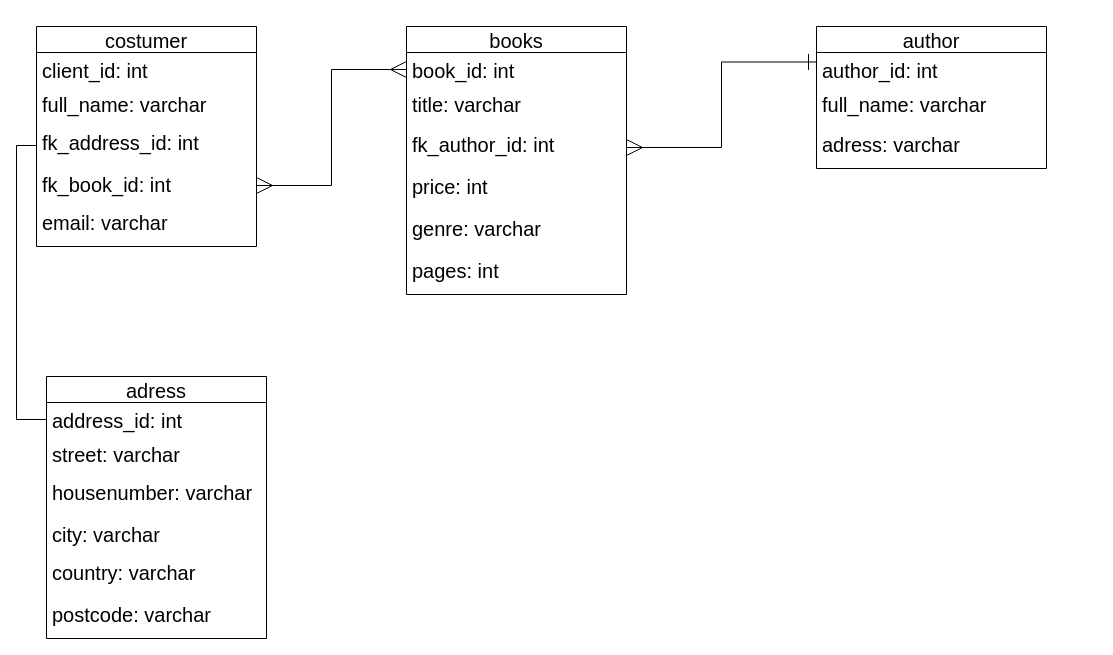
MichaelSteinacherPDC/BE17-DBDev-Day-1-Steinacher-Cronauer keeps this draw.io diagram as page "Page-4" (4 of 4) of Silia/library.drawio. Above is the earlier version. Source tidied: cells renumbered, new cells numbered last; positions are measured from the earlier drawing's top-left corner, leaving out a move shared by most shapes. Both pictures are drawn from the tidied source at 100%, with x=0, y=0 at pixel (36, 26).
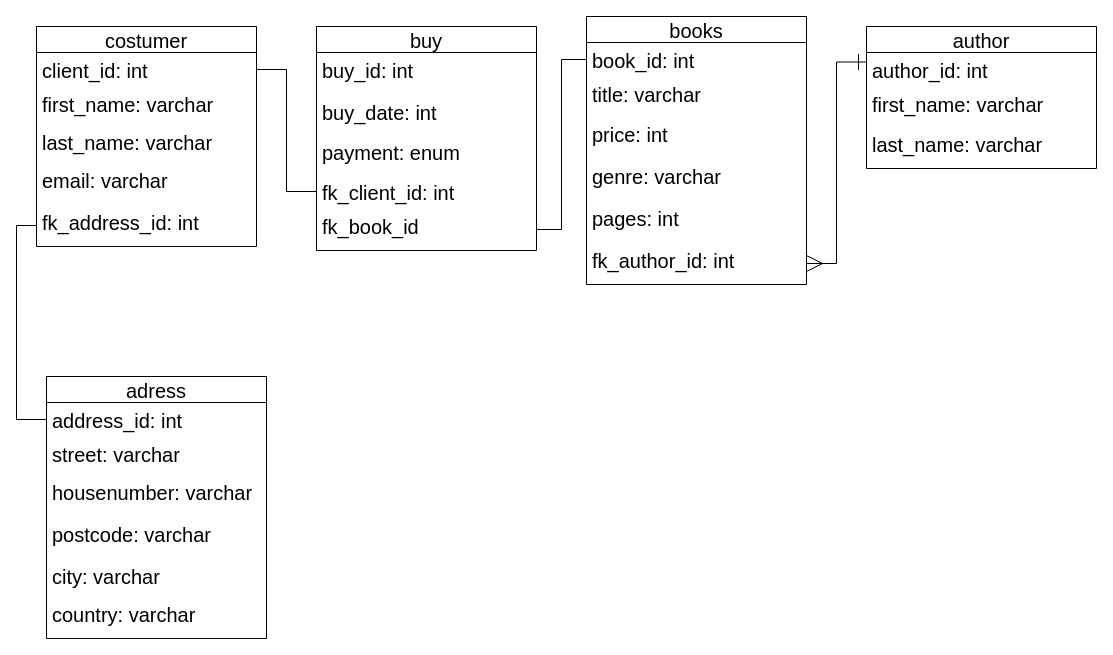
The same diagram, later.

Unchanged cells that the change refers to:
```xml
<mxCell id="2" value="costumer" style="swimlane;fontStyle=0;horizontal=1;startSize=26;fillColor=none;hachureGap=4;fontFamily=Helvetica;fontSize=20;" parent="1" vertex="1">
  <mxGeometry width="220" height="220" as="geometry" />
</mxCell>
<mxCell id="3" value="client_id: int" style="text;strokeColor=none;fillColor=none;align=left;verticalAlign=top;spacingLeft=4;spacingRight=4;overflow=hidden;points=[[0,0.5],[1,0.5]];portConstraint=eastwest;hachureGap=4;fontFamily=Helvetica;fontSize=20;" parent="2" vertex="1">
  <mxGeometry y="26" width="220" height="34" as="geometry" />
</mxCell>
<mxCell id="9" value="book_id: int" style="text;strokeColor=none;fillColor=none;align=left;verticalAlign=top;spacingLeft=4;spacingRight=4;overflow=hidden;points=[[0,0.5],[1,0.5]];portConstraint=eastwest;hachureGap=4;fontFamily=Helvetica;fontSize=20;" parent="8" vertex="1">
  <mxGeometry y="26" width="220" height="34" as="geometry" />
</mxCell>
<mxCell id="21" value="adress" style="swimlane;fontStyle=0;horizontal=1;startSize=26;fillColor=none;hachureGap=4;fontFamily=Helvetica;fontSize=20;" parent="1" vertex="1">
  <mxGeometry x="10" y="350" width="220" height="262" as="geometry" />
</mxCell>
```

The edit, as a diff of the source:
```diff
@@
-    <mxCell id="4" value="full_name: varchar" style="text;strokeColor=none;fillColor=none;align=left;verticalAlign=top;spacingLeft=4;spacingRight=4;overflow=hidden;hachureGap=4;fontFamily=Helvetica;fontSize=20;" parent="2" vertex="1">
+    <mxCell id="4" value="first_name: varchar" style="text;strokeColor=none;fillColor=none;align=left;verticalAlign=top;spacingLeft=4;spacingRight=4;overflow=hidden;hachureGap=4;fontFamily=Helvetica;fontSize=20;" parent="2" vertex="1">
       <mxGeometry y="60" width="220" height="38" as="geometry" />
     </mxCell>
+    <mxCell id="29" value="last_name: varchar" style="text;strokeColor=none;fillColor=none;align=left;verticalAlign=top;spacingLeft=4;spacingRight=4;overflow=hidden;hachureGap=4;fontFamily=Helvetica;fontSize=20;" parent="2" vertex="1">
+      <mxGeometry y="98" width="220" height="38" as="geometry" />
+    </mxCell>
+    <mxCell id="7" value="email: varchar" style="text;strokeColor=none;fillColor=none;align=left;verticalAlign=top;spacingLeft=4;spacingRight=4;overflow=hidden;hachureGap=4;fontFamily=Helvetica;fontSize=20;" parent="2" vertex="1">
+      <mxGeometry y="136" width="220" height="42" as="geometry" />
+    </mxCell>
     <mxCell id="5" value="fk_address_id: int" style="text;strokeColor=none;fillColor=none;align=left;verticalAlign=top;spacingLeft=4;spacingRight=4;overflow=hidden;points=[[0,0.5],[1,0.5]];portConstraint=eastwest;hachureGap=4;fontFamily=Helvetica;fontSize=20;" parent="2" vertex="1">
-      <mxGeometry y="98" width="220" height="42" as="geometry" />
+      <mxGeometry y="178" width="220" height="42" as="geometry" />
     </mxCell>
-    <mxCell id="6" value="fk_book_id: int" style="text;strokeColor=none;fillColor=none;align=left;verticalAlign=top;spacingLeft=4;spacingRight=4;overflow=hidden;points=[[0,0.5],[1,0.5]];portConstraint=eastwest;hachureGap=4;fontFamily=Helvetica;fontSize=20;" parent="2" vertex="1">
-      <mxGeometry y="140" width="220" height="38" as="geometry" />
-    </mxCell>
-    <mxCell id="7" value="email: varchar" style="text;strokeColor=none;fillColor=none;align=left;verticalAlign=top;spacingLeft=4;spacingRight=4;overflow=hidden;hachureGap=4;fontFamily=Helvetica;fontSize=20;" parent="2" vertex="1">
-      <mxGeometry y="178" width="220" height="42" as="geometry" />
-    </mxCell>
     <mxCell id="8" value="books" style="swimlane;fontStyle=0;horizontal=1;startSize=26;fillColor=none;hachureGap=4;fontFamily=Helvetica;fontSize=20;" parent="1" vertex="1">
-      <mxGeometry x="370" width="220" height="268" as="geometry" />
+      <mxGeometry x="550" y="-10" width="220" height="268" as="geometry" />
     </mxCell>
@@
-    <mxCell id="11" value="fk_author_id: int" style="text;strokeColor=none;fillColor=none;align=left;verticalAlign=top;spacingLeft=4;spacingRight=4;overflow=hidden;points=[[0,0.5],[1,0.5]];portConstraint=eastwest;hachureGap=4;fontFamily=Helvetica;fontSize=20;" parent="8" vertex="1">
-      <mxGeometry y="100" width="220" height="42" as="geometry" />
-    </mxCell>
     <mxCell id="12" value="price: int" style="text;strokeColor=none;fillColor=none;align=left;verticalAlign=top;spacingLeft=4;spacingRight=4;overflow=hidden;hachureGap=4;fontFamily=Helvetica;fontSize=20;" parent="8" vertex="1">
-      <mxGeometry y="142" width="220" height="42" as="geometry" />
+      <mxGeometry y="100" width="220" height="42" as="geometry" />
     </mxCell>
     <mxCell id="13" value="genre: varchar" style="text;strokeColor=none;fillColor=none;align=left;verticalAlign=top;spacingLeft=4;spacingRight=4;overflow=hidden;hachureGap=4;fontFamily=Helvetica;fontSize=20;" parent="8" vertex="1">
-      <mxGeometry y="184" width="220" height="42" as="geometry" />
+      <mxGeometry y="142" width="220" height="42" as="geometry" />
     </mxCell>
     <mxCell id="14" value="pages: int" style="text;strokeColor=none;fillColor=none;align=left;verticalAlign=top;spacingLeft=4;spacingRight=4;overflow=hidden;hachureGap=4;fontFamily=Helvetica;fontSize=20;" parent="8" vertex="1">
-      <mxGeometry y="226" width="220" height="42" as="geometry" />
+      <mxGeometry y="184" width="220" height="42" as="geometry" />
     </mxCell>
+    <mxCell id="11" value="fk_author_id: int" style="text;strokeColor=none;fillColor=none;align=left;verticalAlign=top;spacingLeft=4;spacingRight=4;overflow=hidden;points=[[0,0.5],[1,0.5]];portConstraint=eastwest;hachureGap=4;fontFamily=Helvetica;fontSize=20;" parent="8" vertex="1">
+      <mxGeometry y="226" width="220" height="42" as="geometry" />
+    </mxCell>
     <mxCell id="15" value="author" style="swimlane;fontStyle=0;horizontal=1;startSize=26;fillColor=none;hachureGap=4;fontFamily=Helvetica;fontSize=20;" parent="1" vertex="1">
-      <mxGeometry x="780" width="230" height="142" as="geometry" />
+      <mxGeometry x="830" width="230" height="142" as="geometry" />
     </mxCell>
@@
-    <mxCell id="17" value="full_name: varchar" style="text;strokeColor=none;fillColor=none;align=left;verticalAlign=top;spacingLeft=4;spacingRight=4;overflow=hidden;hachureGap=4;fontFamily=Helvetica;fontSize=20;" parent="15" vertex="1">
+    <mxCell id="17" value="first_name: varchar" style="text;strokeColor=none;fillColor=none;align=left;verticalAlign=top;spacingLeft=4;spacingRight=4;overflow=hidden;hachureGap=4;fontFamily=Helvetica;fontSize=20;" parent="15" vertex="1">
       <mxGeometry y="60" width="230" height="40" as="geometry" />
     </mxCell>
-    <mxCell id="18" value="adress: varchar" style="text;strokeColor=none;fillColor=none;align=left;verticalAlign=top;spacingLeft=4;spacingRight=4;overflow=hidden;hachureGap=4;fontFamily=Helvetica;fontSize=20;" parent="15" vertex="1">
+    <mxCell id="18" value="last_name: varchar" style="text;strokeColor=none;fillColor=none;align=left;verticalAlign=top;spacingLeft=4;spacingRight=4;overflow=hidden;hachureGap=4;fontFamily=Helvetica;fontSize=20;" parent="15" vertex="1">
       <mxGeometry y="100" width="230" height="42" as="geometry" />
     </mxCell>
@@
-    <mxCell id="20" style="edgeStyle=orthogonalEdgeStyle;rounded=0;hachureGap=4;jettySize=auto;html=1;exitX=1;exitY=0.5;exitDx=0;exitDy=0;entryX=0;entryY=0.5;entryDx=0;entryDy=0;fontFamily=Helvetica;fontSize=16;startArrow=ERmany;startFill=0;endArrow=ERmany;endFill=0;startSize=14;endSize=14;sourcePerimeterSpacing=8;targetPerimeterSpacing=8;" parent="1" edge="1" source="6" target="9">
-      <mxGeometry relative="1" as="geometry" />
-    </mxCell>
@@
+    <mxCell id="27" value="postcode: varchar" style="text;strokeColor=none;fillColor=none;align=left;verticalAlign=top;spacingLeft=4;spacingRight=4;overflow=hidden;hachureGap=4;fontFamily=Helvetica;fontSize=20;" parent="21" vertex="1">
+      <mxGeometry y="140" width="220" height="42" as="geometry" />
+    </mxCell>
     <mxCell id="25" value="city: varchar" style="text;strokeColor=none;fillColor=none;align=left;verticalAlign=top;spacingLeft=4;spacingRight=4;overflow=hidden;hachureGap=4;fontFamily=Helvetica;fontSize=20;" parent="21" vertex="1">
-      <mxGeometry y="140" width="220" height="38" as="geometry" />
+      <mxGeometry y="182" width="220" height="38" as="geometry" />
     </mxCell>
     <mxCell id="26" value="country: varchar" style="text;strokeColor=none;fillColor=none;align=left;verticalAlign=top;spacingLeft=4;spacingRight=4;overflow=hidden;hachureGap=4;fontFamily=Helvetica;fontSize=20;" parent="21" vertex="1">
-      <mxGeometry y="178" width="220" height="42" as="geometry" />
+      <mxGeometry y="220" width="220" height="42" as="geometry" />
     </mxCell>
-    <mxCell id="27" value="postcode: varchar" style="text;strokeColor=none;fillColor=none;align=left;verticalAlign=top;spacingLeft=4;spacingRight=4;overflow=hidden;hachureGap=4;fontFamily=Helvetica;fontSize=20;" parent="21" vertex="1">
-      <mxGeometry y="220" width="220" height="42" as="geometry" />
-    </mxCell>
@@
+    <mxCell id="30" value="buy" style="swimlane;fontStyle=0;horizontal=1;startSize=26;fillColor=none;hachureGap=4;fontFamily=Helvetica;fontSize=20;" parent="1" vertex="1">
+      <mxGeometry x="280" width="220" height="224" as="geometry" />
+    </mxCell>
+    <mxCell id="31" value="buy_id: int" style="text;strokeColor=none;fillColor=none;align=left;verticalAlign=top;spacingLeft=4;spacingRight=4;overflow=hidden;hachureGap=4;fontFamily=Helvetica;fontSize=20;" parent="30" vertex="1">
+      <mxGeometry y="26" width="220" height="42" as="geometry" />
+    </mxCell>
+    <mxCell id="32" value="buy_date: int" style="text;strokeColor=none;fillColor=none;align=left;verticalAlign=top;spacingLeft=4;spacingRight=4;overflow=hidden;hachureGap=4;fontFamily=Helvetica;fontSize=20;" parent="30" vertex="1">
+      <mxGeometry y="68" width="220" height="40" as="geometry" />
+    </mxCell>
+    <mxCell id="33" value="payment: enum" style="text;strokeColor=none;fillColor=none;align=left;verticalAlign=top;spacingLeft=4;spacingRight=4;overflow=hidden;hachureGap=4;fontFamily=Helvetica;fontSize=20;" parent="30" vertex="1">
+      <mxGeometry y="108" width="220" height="40" as="geometry" />
+    </mxCell>
+    <mxCell id="34" value="fk_client_id: int" style="text;strokeColor=none;fillColor=none;align=left;verticalAlign=top;spacingLeft=4;spacingRight=4;overflow=hidden;points=[[0,0.5],[1,0.5]];portConstraint=eastwest;hachureGap=4;fontFamily=Helvetica;fontSize=20;" parent="30" vertex="1">
+      <mxGeometry y="148" width="220" height="34" as="geometry" />
+    </mxCell>
+    <mxCell id="35" value="fk_book_id" style="text;strokeColor=none;fillColor=none;align=left;verticalAlign=top;spacingLeft=4;spacingRight=4;overflow=hidden;points=[[0,0.5],[1,0.5]];portConstraint=eastwest;hachureGap=4;fontFamily=Helvetica;fontSize=20;" parent="30" vertex="1">
+      <mxGeometry y="182" width="220" height="42" as="geometry" />
+    </mxCell>
+    <mxCell id="36" style="edgeStyle=orthogonalEdgeStyle;rounded=0;sketch=0;hachureGap=4;jettySize=auto;html=1;exitX=0;exitY=0.5;exitDx=0;exitDy=0;entryX=1;entryY=0.5;entryDx=0;entryDy=0;fontFamily=Architects Daughter;fontSize=16;endArrow=none;startSize=14;endSize=14;sourcePerimeterSpacing=8;targetPerimeterSpacing=8;endFill=0;" parent="1" edge="1" source="34" target="3">
+      <mxGeometry relative="1" as="geometry" />
+    </mxCell>
+    <mxCell id="37" style="edgeStyle=orthogonalEdgeStyle;rounded=0;sketch=0;hachureGap=4;jettySize=auto;html=1;exitX=1;exitY=0.5;exitDx=0;exitDy=0;entryX=0;entryY=0.5;entryDx=0;entryDy=0;fontFamily=Architects Daughter;fontSize=16;endArrow=none;endFill=0;startSize=14;endSize=14;sourcePerimeterSpacing=8;targetPerimeterSpacing=8;" parent="1" edge="1" source="35" target="9">
+      <mxGeometry relative="1" as="geometry" />
+    </mxCell>
```
